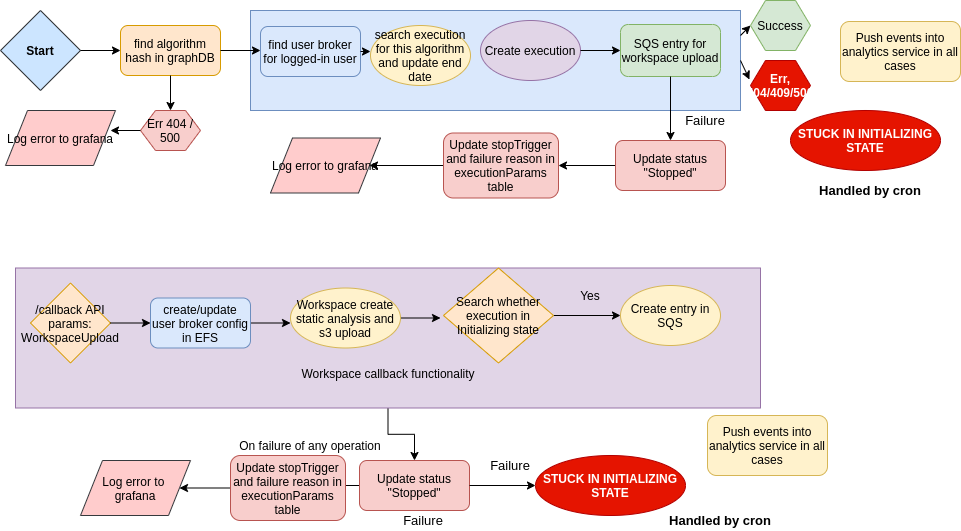
Above: start_from_UI.png in prodipta/blueshift-resouce (draw.io), before the change. Source tidied: cells renumbered, new cells last; positions are measured from the earlier drawing's top-left corner, leaving out a move shared by most shapes.
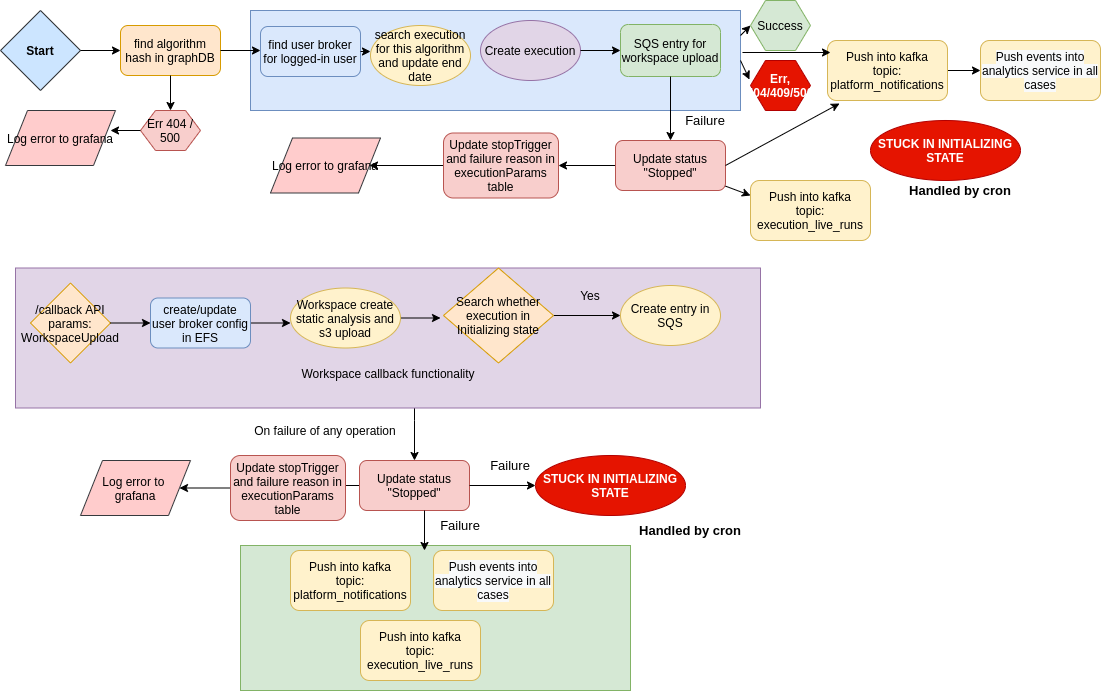
After the change.

Diff of the diagram source:
```diff
@@ -2,8 +2,16 @@
   <root>
     <mxCell id="0" />
     <mxCell id="1" parent="0" />
+    <mxCell id="57" style="rounded=0;whiteSpace=wrap;html=1;fillColor=#d5e8d4;strokeColor=#82b366;" parent="1" vertex="1">
+      <mxGeometry x="240" y="545" width="390" height="145" as="geometry" />
+    </mxCell>
     <mxCell id="2" style="edgeStyle=orthogonalEdgeStyle;rounded=0;jettySize=auto;html=1;" parent="1" edge="1" source="3" target="47">
-      <mxGeometry relative="1" as="geometry" />
+      <mxGeometry relative="1" as="geometry">
+        <Array as="points">
+          <mxPoint x="414" y="420" />
+          <mxPoint x="414" y="420" />
+        </Array>
+      </mxGeometry>
     </mxCell>
     <mxCell id="3" style="rounded=0;whiteSpace=wrap;html=1;fillColor=#e1d5e7;strokeColor=#9673a6;" parent="1" vertex="1">
       <mxGeometry x="15" y="267.5" width="745" height="140" as="geometry" />
@@ -86,7 +94,7 @@
       <mxGeometry x="5" y="110" width="110" height="55" as="geometry" />
     </mxCell>
     <mxCell id="25" value="On failure of any operation" style="text;html=1;strokeColor=none;fillColor=none;align=center;verticalAlign=middle;whiteSpace=wrap;rounded=0;" parent="1" vertex="1">
-      <mxGeometry x="235" y="435" width="150" height="20" as="geometry" />
+      <mxGeometry x="250" y="420" width="150" height="20" as="geometry" />
     </mxCell>
     <mxCell id="26" value="Create entry in SQS" style="ellipse;whiteSpace=wrap;html=1;fillColor=#fff2cc;strokeColor=#d6b656;" parent="1" vertex="1">
       <mxGeometry x="620" y="285" width="100" height="60" as="geometry" />
@@ -104,10 +112,10 @@
       <mxGeometry x="535" y="455" width="150" height="60" as="geometry" />
     </mxCell>
     <mxCell id="30" value="Handled by cron" style="text;html=1;strokeColor=none;fillColor=none;align=center;verticalAlign=middle;whiteSpace=wrap;rounded=0;fontStyle=1;fontSize=13;" parent="1" vertex="1">
-      <mxGeometry x="660" y="510" width="120" height="20" as="geometry" />
+      <mxGeometry x="630" y="520" width="120" height="20" as="geometry" />
     </mxCell>
     <mxCell id="31" value="Failure" style="text;html=1;strokeColor=none;fillColor=none;align=center;verticalAlign=middle;whiteSpace=wrap;rounded=0;fontSize=13;" parent="1" vertex="1">
-      <mxGeometry x="403" y="510" width="40" height="20" as="geometry" />
+      <mxGeometry x="440" y="515" width="40" height="20" as="geometry" />
     </mxCell>
     <mxCell id="32" style="endArrow=classic;html=1;exitX=1;exitY=0.5;exitDx=0;exitDy=0;entryX=0;entryY=0.5;entryDx=0;entryDy=0;" parent="1" edge="1" source="10" target="22">
       <mxGeometry relative="1" as="geometry" />
@@ -128,10 +136,10 @@
       <mxGeometry x="443" y="132.5" width="115" height="65" as="geometry" />
     </mxCell>
     <mxCell id="38" value="STUCK IN INITIALIZING STATE" style="ellipse;whiteSpace=wrap;html=1;fontStyle=1;fillColor=#e51400;strokeColor=#B20000;fontColor=#ffffff;" parent="1" vertex="1">
-      <mxGeometry x="790" y="110" width="150" height="60" as="geometry" />
+      <mxGeometry x="870" y="120" width="150" height="60" as="geometry" />
     </mxCell>
     <mxCell id="39" value="Handled by cron" style="text;html=1;strokeColor=none;fillColor=none;align=center;verticalAlign=middle;whiteSpace=wrap;rounded=0;fontStyle=1;fontSize=13;" parent="1" vertex="1">
-      <mxGeometry x="810" y="180" width="120" height="20" as="geometry" />
+      <mxGeometry x="900" y="180" width="120" height="20" as="geometry" />
     </mxCell>
     <mxCell id="40" value="Failure" style="text;html=1;strokeColor=none;fillColor=none;align=center;verticalAlign=middle;whiteSpace=wrap;rounded=0;fontSize=13;" parent="1" vertex="1">
       <mxGeometry x="685" y="110" width="40" height="20" as="geometry" />
@@ -180,11 +188,42 @@
         <mxPoint x="370" y="51" as="targetPoint" />
       </mxGeometry>
     </mxCell>
+    <mxCell id="58" style="edgeStyle=orthogonalEdgeStyle;rounded=0;jettySize=auto;html=1;" parent="1" edge="1" source="55" target="59">
+      <mxGeometry relative="1" as="geometry" />
+    </mxCell>
-    <mxCell id="55" value="Push events into analytics service in all cases" style="rounded=1;whiteSpace=wrap;html=1;fillColor=#fff2cc;strokeColor=#d6b656;" parent="1" vertex="1">
-      <mxGeometry x="840" y="21" width="120" height="60" as="geometry" />
+    <mxCell id="55" value="Push into kafka&lt;br&gt;topic: platform_notifications" style="rounded=1;whiteSpace=wrap;html=1;fillColor=#fff2cc;strokeColor=#d6b656;" parent="1" vertex="1">
+      <mxGeometry x="827" y="40" width="120" height="60" as="geometry" />
     </mxCell>
-    <mxCell id="56" value="Push events into analytics service in all cases" style="rounded=1;whiteSpace=wrap;html=1;fillColor=#fff2cc;strokeColor=#d6b656;" parent="1" vertex="1">
-      <mxGeometry x="707" y="415" width="120" height="60" as="geometry" />
-    </mxCell>
+    <mxCell id="59" value="&lt;meta charset=&quot;utf-8&quot;&gt;&lt;span style=&quot;color: rgb(0, 0, 0); font-family: helvetica; font-size: 12px; font-style: normal; font-weight: 400; letter-spacing: normal; text-align: center; text-indent: 0px; text-transform: none; word-spacing: 0px; background-color: rgb(248, 249, 250); display: inline; float: none;&quot;&gt;Push events into analytics service in all cases&lt;/span&gt;" style="whiteSpace=wrap;html=1;rounded=1;strokeColor=#d6b656;fillColor=#fff2cc;" parent="1" vertex="1">
+      <mxGeometry x="980" y="40" width="120" height="60" as="geometry" />
+    </mxCell>
+    <mxCell id="60" style="endArrow=classic;html=1;rounded=0;exitX=1.004;exitY=0.42;exitDx=0;exitDy=0;exitPerimeter=0;" parent="1" edge="1" source="4">
+      <mxGeometry relative="1" as="geometry">
+        <mxPoint x="830" y="52" as="targetPoint" />
+      </mxGeometry>
+    </mxCell>
+    <mxCell id="61" style="endArrow=classic;html=1;rounded=0;exitX=1;exitY=0.5;exitDx=0;exitDy=0;entryX=0.1;entryY=1.05;entryDx=0;entryDy=0;entryPerimeter=0;" parent="1" edge="1" source="35" target="55">
+      <mxGeometry relative="1" as="geometry" />
+    </mxCell>
+    <mxCell id="62" value="Push into kafka&lt;br&gt;topic: execution_live_runs" style="rounded=1;whiteSpace=wrap;html=1;fillColor=#fff2cc;strokeColor=#d6b656;" parent="1" vertex="1">
+      <mxGeometry x="750" y="180" width="120" height="60" as="geometry" />
+    </mxCell>
+    <mxCell id="63" style="endArrow=classic;html=1;rounded=0;entryX=0;entryY=0.25;entryDx=0;entryDy=0;" parent="1" edge="1" source="35" target="62">
+      <mxGeometry relative="1" as="geometry" />
+    </mxCell>
+    <mxCell id="64" value="Push into kafka&lt;br&gt;topic: platform_notifications" style="rounded=1;whiteSpace=wrap;html=1;fillColor=#fff2cc;strokeColor=#d6b656;" parent="1" vertex="1">
+      <mxGeometry x="290" y="550" width="120" height="60" as="geometry" />
+    </mxCell>
+    <mxCell id="65" value="&lt;meta charset=&quot;utf-8&quot;&gt;&lt;span style=&quot;color: rgb(0, 0, 0); font-family: helvetica; font-size: 12px; font-style: normal; font-weight: 400; letter-spacing: normal; text-align: center; text-indent: 0px; text-transform: none; word-spacing: 0px; background-color: rgb(248, 249, 250); display: inline; float: none;&quot;&gt;Push events into analytics service in all cases&lt;/span&gt;" style="whiteSpace=wrap;html=1;rounded=1;strokeColor=#d6b656;fillColor=#fff2cc;" parent="1" vertex="1">
+      <mxGeometry x="433" y="550" width="120" height="60" as="geometry" />
+    </mxCell>
+    <mxCell id="66" value="Push into kafka&lt;br&gt;topic: execution_live_runs" style="rounded=1;whiteSpace=wrap;html=1;fillColor=#fff2cc;strokeColor=#d6b656;" parent="1" vertex="1">
+      <mxGeometry x="360" y="620" width="120" height="60" as="geometry" />
+    </mxCell>
+    <mxCell id="67" style="endArrow=classic;html=1;rounded=0;exitX=0.591;exitY=1;exitDx=0;exitDy=0;exitPerimeter=0;" parent="1" edge="1" source="47">
+      <mxGeometry relative="1" as="geometry">
+        <mxPoint x="424" y="550" as="targetPoint" />
+      </mxGeometry>
+    </mxCell>
   </root>
 </mxGraphModel>
```
